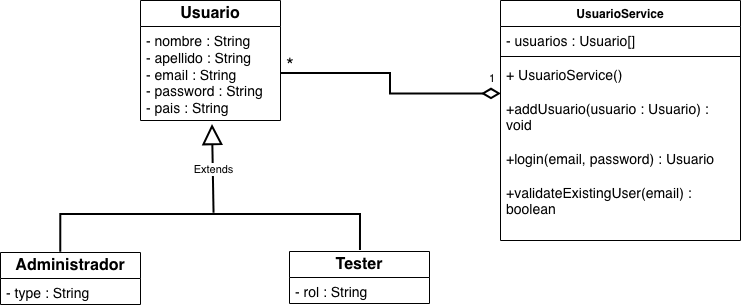
The draw.io diagram docs/images/UML.drawio.png in Diegodlba/tarea_cestore, before a commit. Source tidied: cells renumbered, new cells last; positions are measured from the earlier drawing's top-left corner, leaving out a move shared by most shapes. Source of this version:
```xml
<mxGraphModel>
  <root>
    <mxCell id="0" />
    <mxCell id="1" parent="0" />
    <mxCell id="2" value="&lt;font style=&quot;font-size: 16px;&quot;&gt;&lt;b&gt;Usuario&lt;/b&gt;&lt;/font&gt;" style="swimlane;fontStyle=0;horizontal=1;startSize=26;fillColor=none;whiteSpace=wrap;html=1;" parent="1" vertex="1">
      <mxGeometry x="140" width="140" height="120" as="geometry" />
    </mxCell>
    <mxCell id="3" value="&lt;font style=&quot;font-size: 14px;&quot;&gt;- nombre : String&lt;br&gt;- apellido : String&lt;br&gt;- email : String&lt;br&gt;- password : String&lt;br&gt;- pais : String&lt;/font&gt;" style="text;strokeColor=none;fillColor=none;align=left;verticalAlign=top;spacingLeft=4;spacingRight=4;overflow=hidden;points=[[0,0.5],[1,0.5]];portConstraint=eastwest;whiteSpace=wrap;html=1;" parent="2" vertex="1">
      <mxGeometry y="26" width="140" height="94" as="geometry" />
    </mxCell>
    <mxCell id="4" value="&lt;font style=&quot;font-size: 16px;&quot;&gt;&lt;b&gt;Administrador&lt;/b&gt;&lt;/font&gt;" style="swimlane;fontStyle=0;horizontal=1;startSize=26;fillColor=none;whiteSpace=wrap;html=1;" parent="1" vertex="1">
      <mxGeometry y="252" width="140" height="52" as="geometry" />
    </mxCell>
    <mxCell id="5" value="&lt;font style=&quot;font-size: 14px;&quot;&gt;- type : String&lt;/font&gt;" style="text;strokeColor=none;fillColor=none;align=left;verticalAlign=top;spacingLeft=4;spacingRight=4;overflow=hidden;whiteSpace=wrap;html=1;" parent="4" vertex="1">
      <mxGeometry y="26" width="140" height="26" as="geometry" />
    </mxCell>
    <mxCell id="6" value="&lt;font style=&quot;font-size: 16px;&quot;&gt;&lt;b&gt;Tester&lt;/b&gt;&lt;/font&gt;" style="swimlane;fontStyle=0;horizontal=1;startSize=26;fillColor=none;whiteSpace=wrap;html=1;" parent="1" vertex="1">
      <mxGeometry x="289" y="251" width="140" height="52" as="geometry" />
    </mxCell>
    <mxCell id="7" value="&lt;font style=&quot;font-size: 14px;&quot;&gt;- rol : String&lt;/font&gt;" style="text;strokeColor=none;fillColor=none;align=left;verticalAlign=top;spacingLeft=4;spacingRight=4;overflow=hidden;whiteSpace=wrap;html=1;" parent="6" vertex="1">
      <mxGeometry y="26" width="140" height="26" as="geometry" />
    </mxCell>
    <mxCell id="8" value="UsuarioService" style="swimlane;fontStyle=1;align=center;verticalAlign=top;horizontal=1;startSize=26;whiteSpace=wrap;html=1;" parent="1" vertex="1">
      <mxGeometry x="500" width="240" height="240" as="geometry" />
    </mxCell>
    <mxCell id="9" value="&lt;font style=&quot;font-size: 14px;&quot;&gt;- usuarios : Usuario[]&amp;nbsp;&lt;/font&gt;" style="text;strokeColor=none;fillColor=none;align=left;verticalAlign=top;spacingLeft=4;spacingRight=4;overflow=hidden;whiteSpace=wrap;html=1;" parent="8" vertex="1">
      <mxGeometry y="26" width="240" height="26" as="geometry" />
    </mxCell>
    <mxCell id="10" style="line;strokeWidth=1;fillColor=none;align=left;verticalAlign=middle;spacingTop=-1;spacingLeft=3;spacingRight=3;labelPosition=right;strokeColor=inherit;" parent="8" vertex="1">
      <mxGeometry y="52" width="240" height="8" as="geometry" />
    </mxCell>
    <mxCell id="11" value="&lt;font style=&quot;font-size: 14px;&quot;&gt;+ UsuarioService()&lt;br&gt;&lt;br&gt;&lt;/font&gt;&lt;div&gt;&lt;font style=&quot;font-size: 14px;&quot;&gt;+addUsuario(usuario : Usuario) : void&amp;nbsp;&lt;br&gt;&lt;br&gt;+login(email, password) : Usuario &lt;br&gt;&lt;br&gt;+validateExistingUser(email) : boolean&lt;/font&gt;&lt;/div&gt;" style="text;strokeColor=none;fillColor=none;align=left;verticalAlign=top;spacingLeft=4;spacingRight=4;overflow=hidden;points=[[0,0.5],[1,0.5]];portConstraint=eastwest;whiteSpace=wrap;html=1;" parent="8" vertex="1">
      <mxGeometry y="60" width="240" height="180" as="geometry" />
    </mxCell>
    <mxCell id="12" value="Extends" style="endArrow=block;endSize=16;endFill=0;html=1;rounded=0;entryX=0.5;entryY=1.106;entryDx=0;entryDy=0;entryPerimeter=0;exitX=0.511;exitY=1.088;exitDx=0;exitDy=0;exitPerimeter=0;strokeWidth=2;" parent="1" edge="1">
      <mxGeometry relative="1" as="geometry">
        <mxPoint x="213.5" y="212.7" as="sourcePoint" />
        <mxPoint x="212" y="124" as="targetPoint" />
      </mxGeometry>
    </mxCell>
    <mxCell id="13" style="line;strokeWidth=2;fillColor=none;align=left;verticalAlign=middle;spacingTop=-1;spacingLeft=3;spacingRight=3;labelPosition=right;strokeColor=inherit;" parent="1" vertex="1">
      <mxGeometry x="70" y="210" width="290" height="8" as="geometry" />
    </mxCell>
    <mxCell id="14" style="ellipse;whiteSpace=wrap;html=1;align=center;fillColor=none;strokeColor=none;perimeter=centerPerimeter;" parent="1" vertex="1">
      <mxGeometry x="210" y="280" width="10" height="10" as="geometry" />
    </mxCell>
    <mxCell id="15" style="edgeStyle=orthogonalEdgeStyle;rounded=0;orthogonalLoop=1;jettySize=auto;html=1;entryX=0.857;entryY=0.096;entryDx=0;entryDy=0;entryPerimeter=0;startArrow=none;startFill=0;endArrow=none;endFill=0;strokeWidth=2;" parent="1" edge="1">
      <mxGeometry relative="1" as="geometry">
        <mxPoint x="330" y="214" as="sourcePoint" />
        <mxPoint x="360" y="250" as="targetPoint" />
      </mxGeometry>
    </mxCell>
    <mxCell id="16" style="edgeStyle=orthogonalEdgeStyle;rounded=0;orthogonalLoop=1;jettySize=auto;html=1;entryX=0.352;entryY=-0.007;entryDx=0;entryDy=0;entryPerimeter=0;strokeWidth=2;endArrow=none;endFill=0;" parent="1" edge="1">
      <mxGeometry relative="1" as="geometry">
        <mxPoint x="81" y="214" as="sourcePoint" />
        <mxPoint x="60.3" y="251.6" as="targetPoint" />
      </mxGeometry>
    </mxCell>
    <mxCell id="17" style="endArrow=none;html=1;endSize=12;startArrow=diamondThin;startSize=14;startFill=0;edgeStyle=orthogonalEdgeStyle;align=left;verticalAlign=bottom;rounded=0;exitX=0.004;exitY=0.186;exitDx=0;exitDy=0;exitPerimeter=0;strokeWidth=2;endFill=0;" parent="1" edge="1" source="11" target="3">
      <mxGeometry x="-1" y="3" relative="1" as="geometry" />
    </mxCell>
    <mxCell id="18" value="*" style="text;html=1;whiteSpace=wrap;strokeColor=none;fillColor=none;align=center;verticalAlign=middle;rounded=0;fontSize=20;" parent="1" vertex="1">
      <mxGeometry x="260" y="50" width="60" height="30" as="geometry" />
    </mxCell>
    <mxCell id="19" value="1" style="text;html=1;whiteSpace=wrap;strokeColor=none;fillColor=none;align=center;verticalAlign=middle;rounded=0;fontSize=11;" parent="1" vertex="1">
      <mxGeometry x="462" y="63" width="60" height="30" as="geometry" />
    </mxCell>
  </root>
</mxGraphModel>
```
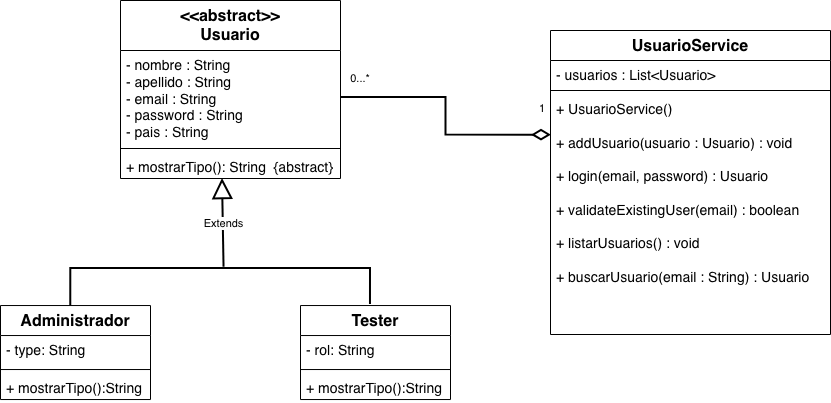
The same diagram one commit later.

Commit message:
Subiendo VC4. Se agregan colecciones, abstracción y polimorfismo - actualizo el UML

Change to the diagram source:
```diff
@@ -2,68 +2,88 @@
   <root>
     <mxCell id="0" />
     <mxCell id="1" parent="0" />
-    <mxCell id="2" value="&lt;font style=&quot;font-size: 16px;&quot;&gt;&lt;b&gt;Usuario&lt;/b&gt;&lt;/font&gt;" style="swimlane;fontStyle=0;horizontal=1;startSize=26;fillColor=none;whiteSpace=wrap;html=1;" parent="1" vertex="1">
-      <mxGeometry x="140" width="140" height="120" as="geometry" />
-    </mxCell>
-    <mxCell id="3" value="&lt;font style=&quot;font-size: 14px;&quot;&gt;- nombre : String&lt;br&gt;- apellido : String&lt;br&gt;- email : String&lt;br&gt;- password : String&lt;br&gt;- pais : String&lt;/font&gt;" style="text;strokeColor=none;fillColor=none;align=left;verticalAlign=top;spacingLeft=4;spacingRight=4;overflow=hidden;points=[[0,0.5],[1,0.5]];portConstraint=eastwest;whiteSpace=wrap;html=1;" parent="2" vertex="1">
-      <mxGeometry y="26" width="140" height="94" as="geometry" />
-    </mxCell>
-    <mxCell id="4" value="&lt;font style=&quot;font-size: 16px;&quot;&gt;&lt;b&gt;Administrador&lt;/b&gt;&lt;/font&gt;" style="swimlane;fontStyle=0;horizontal=1;startSize=26;fillColor=none;whiteSpace=wrap;html=1;" parent="1" vertex="1">
-      <mxGeometry y="252" width="140" height="52" as="geometry" />
-    </mxCell>
-    <mxCell id="5" value="&lt;font style=&quot;font-size: 14px;&quot;&gt;- type : String&lt;/font&gt;" style="text;strokeColor=none;fillColor=none;align=left;verticalAlign=top;spacingLeft=4;spacingRight=4;overflow=hidden;whiteSpace=wrap;html=1;" parent="4" vertex="1">
-      <mxGeometry y="26" width="140" height="26" as="geometry" />
-    </mxCell>
-    <mxCell id="6" value="&lt;font style=&quot;font-size: 16px;&quot;&gt;&lt;b&gt;Tester&lt;/b&gt;&lt;/font&gt;" style="swimlane;fontStyle=0;horizontal=1;startSize=26;fillColor=none;whiteSpace=wrap;html=1;" parent="1" vertex="1">
-      <mxGeometry x="289" y="251" width="140" height="52" as="geometry" />
-    </mxCell>
-    <mxCell id="7" value="&lt;font style=&quot;font-size: 14px;&quot;&gt;- rol : String&lt;/font&gt;" style="text;strokeColor=none;fillColor=none;align=left;verticalAlign=top;spacingLeft=4;spacingRight=4;overflow=hidden;whiteSpace=wrap;html=1;" parent="6" vertex="1">
-      <mxGeometry y="26" width="140" height="26" as="geometry" />
-    </mxCell>
-    <mxCell id="8" value="UsuarioService" style="swimlane;fontStyle=1;align=center;verticalAlign=top;horizontal=1;startSize=26;whiteSpace=wrap;html=1;" parent="1" vertex="1">
-      <mxGeometry x="500" width="240" height="240" as="geometry" />
+    <mxCell id="8" value="&lt;font style=&quot;font-size: 16px;&quot;&gt;UsuarioService&lt;/font&gt;" style="swimlane;fontStyle=1;align=center;verticalAlign=top;horizontal=1;startSize=30;whiteSpace=wrap;html=1;" parent="1" vertex="1">
+      <mxGeometry x="500" width="280" height="304" as="geometry" />
     </mxCell>
-    <mxCell id="9" value="&lt;font style=&quot;font-size: 14px;&quot;&gt;- usuarios : Usuario[]&amp;nbsp;&lt;/font&gt;" style="text;strokeColor=none;fillColor=none;align=left;verticalAlign=top;spacingLeft=4;spacingRight=4;overflow=hidden;whiteSpace=wrap;html=1;" parent="8" vertex="1">
-      <mxGeometry y="26" width="240" height="26" as="geometry" />
+    <mxCell id="9" value="&lt;font style=&quot;font-size: 14px;&quot;&gt;- usuarios : List&amp;lt;Usuario&amp;gt;&amp;nbsp;&lt;/font&gt;" style="text;strokeColor=none;fillColor=none;align=left;verticalAlign=top;spacingLeft=4;spacingRight=4;overflow=hidden;whiteSpace=wrap;html=1;" parent="8" vertex="1">
+      <mxGeometry y="30" width="280" height="26" as="geometry" />
     </mxCell>
     <mxCell id="10" style="line;strokeWidth=1;fillColor=none;align=left;verticalAlign=middle;spacingTop=-1;spacingLeft=3;spacingRight=3;labelPosition=right;strokeColor=inherit;" parent="8" vertex="1">
-      <mxGeometry y="52" width="240" height="8" as="geometry" />
+      <mxGeometry y="56" width="280" height="8" as="geometry" />
     </mxCell>
-    <mxCell id="11" value="&lt;font style=&quot;font-size: 14px;&quot;&gt;+ UsuarioService()&lt;br&gt;&lt;br&gt;&lt;/font&gt;&lt;div&gt;&lt;font style=&quot;font-size: 14px;&quot;&gt;+addUsuario(usuario : Usuario) : void&amp;nbsp;&lt;br&gt;&lt;br&gt;+login(email, password) : Usuario &lt;br&gt;&lt;br&gt;+validateExistingUser(email) : boolean&lt;/font&gt;&lt;/div&gt;" style="text;strokeColor=none;fillColor=none;align=left;verticalAlign=top;spacingLeft=4;spacingRight=4;overflow=hidden;points=[[0,0.5],[1,0.5]];portConstraint=eastwest;whiteSpace=wrap;html=1;" parent="8" vertex="1">
-      <mxGeometry y="60" width="240" height="180" as="geometry" />
+    <mxCell id="11" value="&lt;font style=&quot;font-size: 14px;&quot;&gt;+ UsuarioService()&lt;br&gt;&lt;br&gt;&lt;/font&gt;&lt;div&gt;&lt;font style=&quot;font-size: 14px;&quot;&gt;+ addUsuario(usuario : Usuario) : void&amp;nbsp;&lt;br&gt;&lt;br&gt;+ login(email, password) : Usuario &lt;br&gt;&lt;br&gt;+ validateExistingUser(email) : boolean&lt;/font&gt;&lt;/div&gt;&lt;div&gt;&lt;font style=&quot;font-size: 14px;&quot;&gt;&lt;br&gt;&lt;/font&gt;&lt;/div&gt;&lt;div&gt;&lt;font style=&quot;font-size: 14px;&quot;&gt;+ listarUsuarios() : void&lt;/font&gt;&lt;/div&gt;&lt;div&gt;&lt;font style=&quot;font-size: 14px;&quot;&gt;&lt;br&gt;+ buscarUsuario(email : String) : Usuario&lt;/font&gt;&lt;/div&gt;" style="text;strokeColor=none;fillColor=none;align=left;verticalAlign=top;spacingLeft=4;spacingRight=4;overflow=hidden;points=[[0,0.5],[1,0.5]];portConstraint=eastwest;whiteSpace=wrap;html=1;" parent="8" vertex="1">
+      <mxGeometry y="64" width="280" height="240" as="geometry" />
     </mxCell>
     <mxCell id="12" value="Extends" style="endArrow=block;endSize=16;endFill=0;html=1;rounded=0;entryX=0.5;entryY=1.106;entryDx=0;entryDy=0;entryPerimeter=0;exitX=0.511;exitY=1.088;exitDx=0;exitDy=0;exitPerimeter=0;strokeWidth=2;" parent="1" edge="1">
       <mxGeometry relative="1" as="geometry">
-        <mxPoint x="213.5" y="212.7" as="sourcePoint" />
-        <mxPoint x="212" y="124" as="targetPoint" />
+        <mxPoint x="173.5" y="236.7" as="sourcePoint" />
+        <mxPoint x="172" y="148" as="targetPoint" />
       </mxGeometry>
     </mxCell>
     <mxCell id="13" style="line;strokeWidth=2;fillColor=none;align=left;verticalAlign=middle;spacingTop=-1;spacingLeft=3;spacingRight=3;labelPosition=right;strokeColor=inherit;" parent="1" vertex="1">
-      <mxGeometry x="70" y="210" width="290" height="8" as="geometry" />
+      <mxGeometry x="30" y="234" width="290" height="8" as="geometry" />
     </mxCell>
     <mxCell id="14" style="ellipse;whiteSpace=wrap;html=1;align=center;fillColor=none;strokeColor=none;perimeter=centerPerimeter;" parent="1" vertex="1">
-      <mxGeometry x="210" y="280" width="10" height="10" as="geometry" />
+      <mxGeometry x="210" y="306" width="10" height="10" as="geometry" />
     </mxCell>
     <mxCell id="15" style="edgeStyle=orthogonalEdgeStyle;rounded=0;orthogonalLoop=1;jettySize=auto;html=1;entryX=0.857;entryY=0.096;entryDx=0;entryDy=0;entryPerimeter=0;startArrow=none;startFill=0;endArrow=none;endFill=0;strokeWidth=2;" parent="1" edge="1">
       <mxGeometry relative="1" as="geometry">
-        <mxPoint x="330" y="214" as="sourcePoint" />
-        <mxPoint x="360" y="250" as="targetPoint" />
+        <mxPoint x="290" y="238" as="sourcePoint" />
+        <mxPoint x="320" y="274" as="targetPoint" />
       </mxGeometry>
     </mxCell>
     <mxCell id="16" style="edgeStyle=orthogonalEdgeStyle;rounded=0;orthogonalLoop=1;jettySize=auto;html=1;entryX=0.352;entryY=-0.007;entryDx=0;entryDy=0;entryPerimeter=0;strokeWidth=2;endArrow=none;endFill=0;" parent="1" edge="1">
       <mxGeometry relative="1" as="geometry">
-        <mxPoint x="81" y="214" as="sourcePoint" />
-        <mxPoint x="60.3" y="251.6" as="targetPoint" />
+        <mxPoint x="41" y="238" as="sourcePoint" />
+        <mxPoint x="20.3" y="275.7" as="targetPoint" />
       </mxGeometry>
     </mxCell>
-    <mxCell id="17" style="endArrow=none;html=1;endSize=12;startArrow=diamondThin;startSize=14;startFill=0;edgeStyle=orthogonalEdgeStyle;align=left;verticalAlign=bottom;rounded=0;exitX=0.004;exitY=0.186;exitDx=0;exitDy=0;exitPerimeter=0;strokeWidth=2;endFill=0;" parent="1" edge="1" source="11" target="3">
-      <mxGeometry x="-1" y="3" relative="1" as="geometry" />
+    <mxCell id="17" style="endArrow=none;html=1;endSize=12;startArrow=diamondThin;startSize=14;startFill=0;edgeStyle=orthogonalEdgeStyle;align=left;verticalAlign=bottom;rounded=0;exitX=0.004;exitY=0.186;exitDx=0;exitDy=0;exitPerimeter=0;strokeWidth=2;endFill=0;" parent="1" edge="1" target="3">
+      <mxGeometry x="-1" y="3" relative="1" as="geometry">
+        <mxPoint x="501" y="104.6" as="sourcePoint" />
+      </mxGeometry>
     </mxCell>
-    <mxCell id="18" value="*" style="text;html=1;whiteSpace=wrap;strokeColor=none;fillColor=none;align=center;verticalAlign=middle;rounded=0;fontSize=20;" parent="1" vertex="1">
-      <mxGeometry x="260" y="50" width="60" height="30" as="geometry" />
+    <mxCell id="18" value="0...*" style="text;html=1;whiteSpace=wrap;strokeColor=none;fillColor=none;align=center;verticalAlign=middle;rounded=0;fontSize=11;" parent="1" vertex="1">
+      <mxGeometry x="280" y="33" width="60" height="30" as="geometry" />
     </mxCell>
     <mxCell id="19" value="1" style="text;html=1;whiteSpace=wrap;strokeColor=none;fillColor=none;align=center;verticalAlign=middle;rounded=0;fontSize=11;" parent="1" vertex="1">
       <mxGeometry x="462" y="63" width="60" height="30" as="geometry" />
     </mxCell>
+    <mxCell id="20" value="&lt;font style=&quot;font-size: 16px;&quot;&gt;&amp;lt;&amp;lt;abstract&amp;gt;&amp;gt;&lt;/font&gt;&lt;div&gt;&lt;font style=&quot;font-size: 16px;&quot;&gt;Usuario&lt;/font&gt;&lt;/div&gt;" style="swimlane;fontStyle=1;align=center;verticalAlign=top;horizontal=1;startSize=50;whiteSpace=wrap;html=1;" parent="1" vertex="1">
+      <mxGeometry x="70" y="-30" width="220" height="178" as="geometry" />
+    </mxCell>
+    <mxCell id="3" value="&lt;span style=&quot;font-size: 14px;&quot;&gt;- nombre : String&lt;/span&gt;&lt;br style=&quot;font-size: 14px;&quot;&gt;&lt;span style=&quot;font-size: 14px;&quot;&gt;- apellido : String&lt;/span&gt;&lt;br style=&quot;font-size: 14px;&quot;&gt;&lt;span style=&quot;font-size: 14px;&quot;&gt;- email : String&lt;/span&gt;&lt;br style=&quot;font-size: 14px;&quot;&gt;&lt;span style=&quot;font-size: 14px;&quot;&gt;- password : String&lt;/span&gt;&lt;br style=&quot;font-size: 14px;&quot;&gt;&lt;span style=&quot;font-size: 14px;&quot;&gt;- pais : String&lt;/span&gt;" style="text;strokeColor=none;fillColor=none;align=left;verticalAlign=top;spacingLeft=4;spacingRight=4;overflow=hidden;points=[[0,0.5],[1,0.5]];portConstraint=eastwest;whiteSpace=wrap;html=1;" parent="20" vertex="1">
+      <mxGeometry y="50" width="220" height="94" as="geometry" />
+    </mxCell>
+    <mxCell id="21" style="line;strokeWidth=1;fillColor=none;align=left;verticalAlign=middle;spacingTop=-1;spacingLeft=3;spacingRight=3;labelPosition=right;strokeColor=inherit;" parent="20" vertex="1">
+      <mxGeometry y="144" width="220" height="8" as="geometry" />
+    </mxCell>
+    <mxCell id="22" value="&lt;font style=&quot;font-size: 14px;&quot;&gt;+ mostrarTipo(): String&amp;nbsp; {abstract}&lt;/font&gt;" style="text;strokeColor=none;fillColor=none;align=left;verticalAlign=top;spacingLeft=4;spacingRight=4;overflow=hidden;whiteSpace=wrap;html=1;" parent="20" vertex="1">
+      <mxGeometry y="152" width="220" height="26" as="geometry" />
+    </mxCell>
+    <mxCell id="4" value="&lt;span style=&quot;font-size: 16px;&quot;&gt;Administrador&lt;/span&gt;" style="swimlane;fontStyle=1;align=center;verticalAlign=top;horizontal=1;startSize=30;whiteSpace=wrap;html=1;" parent="1" vertex="1">
+      <mxGeometry x="-50" y="275" width="150" height="94" as="geometry" />
+    </mxCell>
+    <mxCell id="23" value="&lt;span style=&quot;font-size: 14px;&quot;&gt;- type: String&lt;/span&gt;" style="text;strokeColor=none;fillColor=none;align=left;verticalAlign=top;spacingLeft=4;spacingRight=4;overflow=hidden;whiteSpace=wrap;html=1;" parent="4" vertex="1">
+      <mxGeometry y="30" width="150" height="30" as="geometry" />
+    </mxCell>
+    <mxCell id="24" style="line;strokeWidth=1;fillColor=none;align=left;verticalAlign=middle;spacingTop=-1;spacingLeft=3;spacingRight=3;labelPosition=right;strokeColor=inherit;" parent="4" vertex="1">
+      <mxGeometry y="60" width="150" height="8" as="geometry" />
+    </mxCell>
+    <mxCell id="25" value="&lt;font style=&quot;font-size: 14px;&quot;&gt;+ mostrarTipo():String&lt;/font&gt;" style="text;strokeColor=none;fillColor=none;align=left;verticalAlign=top;spacingLeft=4;spacingRight=4;overflow=hidden;whiteSpace=wrap;html=1;" parent="4" vertex="1">
+      <mxGeometry y="68" width="150" height="26" as="geometry" />
+    </mxCell>
+    <mxCell id="6" value="&lt;span style=&quot;font-size: 16px;&quot;&gt;Tester&lt;/span&gt;" style="swimlane;fontStyle=1;align=center;verticalAlign=top;horizontal=1;startSize=30;whiteSpace=wrap;html=1;" parent="1" vertex="1">
+      <mxGeometry x="250" y="275" width="150" height="94" as="geometry" />
+    </mxCell>
+    <mxCell id="26" value="&lt;span style=&quot;font-size: 14px;&quot;&gt;- rol: String&lt;/span&gt;" style="text;strokeColor=none;fillColor=none;align=left;verticalAlign=top;spacingLeft=4;spacingRight=4;overflow=hidden;whiteSpace=wrap;html=1;" parent="6" vertex="1">
+      <mxGeometry y="30" width="150" height="30" as="geometry" />
+    </mxCell>
+    <mxCell id="27" style="line;strokeWidth=1;fillColor=none;align=left;verticalAlign=middle;spacingTop=-1;spacingLeft=3;spacingRight=3;labelPosition=right;strokeColor=inherit;" parent="6" vertex="1">
+      <mxGeometry y="60" width="150" height="8" as="geometry" />
+    </mxCell>
+    <mxCell id="28" value="&lt;font style=&quot;font-size: 14px;&quot;&gt;+ mostrarTipo():String&lt;/font&gt;" style="text;strokeColor=none;fillColor=none;align=left;verticalAlign=top;spacingLeft=4;spacingRight=4;overflow=hidden;whiteSpace=wrap;html=1;" parent="6" vertex="1">
+      <mxGeometry y="68" width="150" height="26" as="geometry" />
+    </mxCell>
   </root>
 </mxGraphModel>
```
